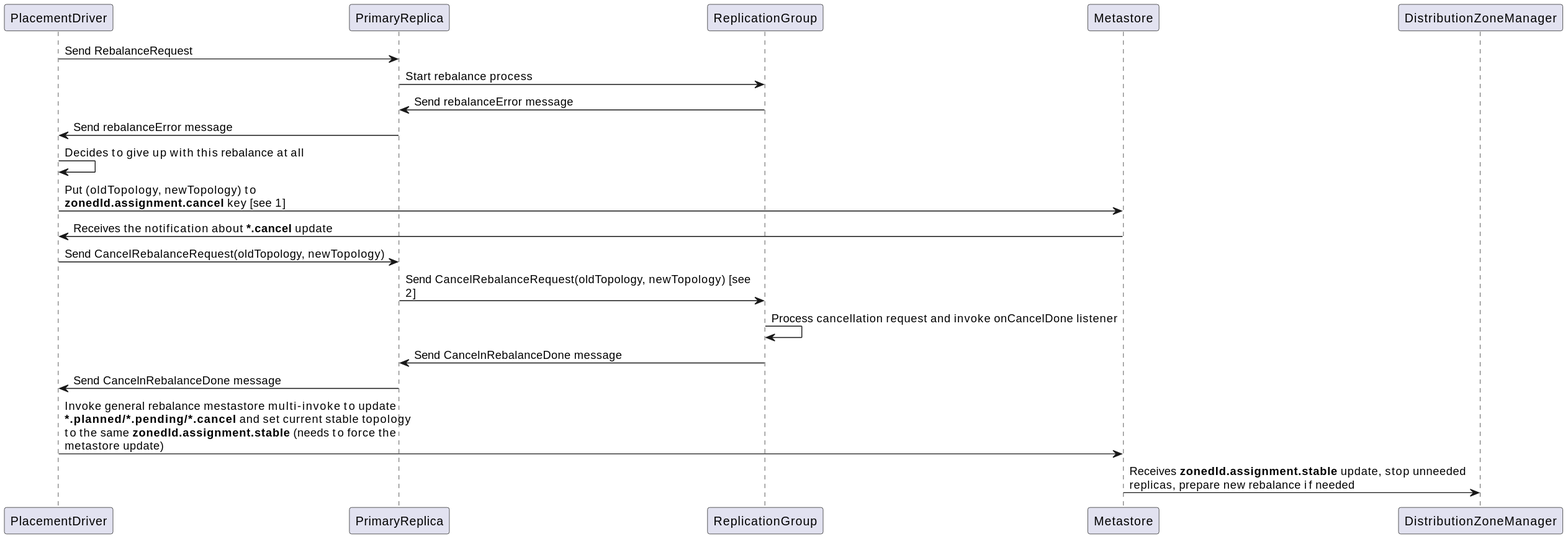
Before: modules/distribution-zones/tech-notes/images/cancelRebalance.svg, a diagram exported from PlantUML (apache/ignite-3).
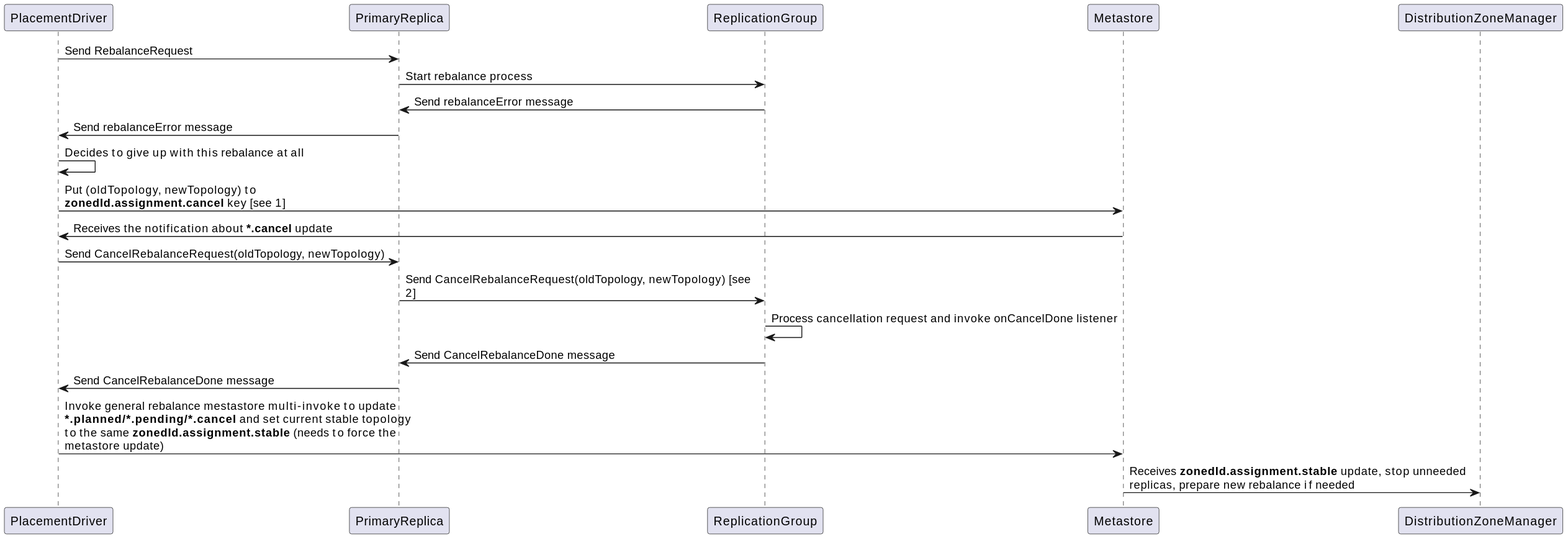
Above is the later version.

What changed in the source:
```diff
@@ -11,8 +11,8 @@
 PlacementDriver -> PrimaryReplica : Send CancelRebalanceRequest(oldTopology, newTopology)
 PrimaryReplica -> ReplicationGroup : Send CancelRebalanceRequest(oldTopology, newTopology) [see 2]
 ReplicationGroup -> ReplicationGroup : Process cancellation request and invoke onCancelDone listener
-ReplicationGroup -> PrimaryReplica : Send CancelnRebalanceDone message
-PrimaryReplica -> PlacementDriver : Send CancelnRebalanceDone message
+ReplicationGroup -> PrimaryReplica : Send CancelRebalanceDone message
+PrimaryReplica -> PlacementDriver : Send CancelRebalanceDone message
 PlacementDriver -> Metastore : Invoke general rebalance mestastore multi-invoke to update ***.planned/*.pending/*.cancel** and set current stable topology to the same **zonedId.assignment.stable** (needs to force the metastore update)
 DistributionZoneManager <- Metastore : Receives **zonedId.assignment.stable** update, stop unneeded replicas, prepare new rebalance if needed
 @enduml
```
